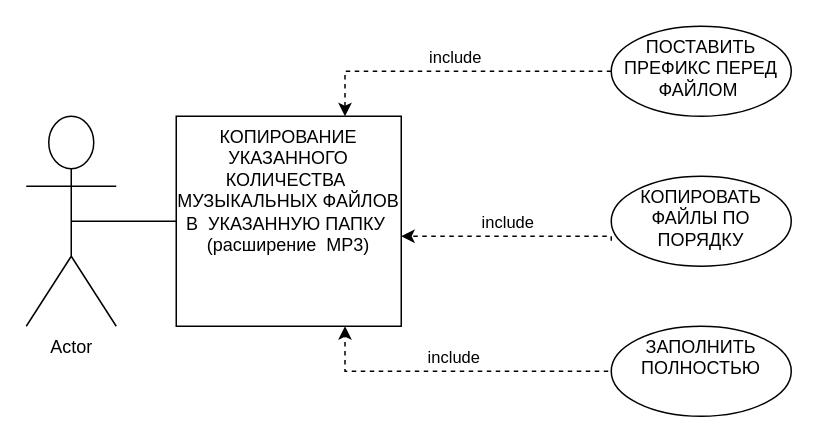
Before: Untitled Diagram.drawio in dedm1/playl, a draw.io diagram. Source tidied: cells renumbered, new cells numbered last; positions are measured from the earlier drawing's top-left corner, leaving out a move shared by most shapes. Both pictures are drawn from the tidied source at 150%, with x=0, y=0 at pixel (26, 26).
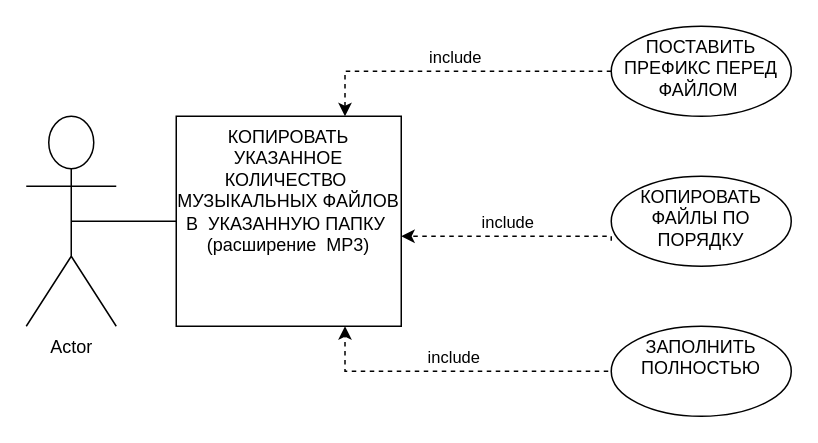
Above is the later version.

Diff of the diagram source:
```diff
@@
 <mxGraphModel>
   <root>
     <mxCell id="0" />
     <mxCell id="1" parent="0" />
     <mxCell id="2" style="rounded=0;jettySize=auto;html=1;endArrow=none;endFill=0;exitX=0.5;exitY=0.5;exitDx=0;exitDy=0;exitPerimeter=0;" parent="1" edge="1" source="6" target="7">
       <mxGeometry relative="1" as="geometry" />
     </mxCell>
     <mxCell id="3" value="include" style="edgeStyle=orthogonalEdgeStyle;rounded=0;jettySize=auto;html=1;dashed=1;exitX=0;exitY=0.717;exitDx=0;exitDy=0;exitPerimeter=0;verticalAlign=bottom;" parent="1" edge="1" source="8">
       <mxGeometry relative="1" as="geometry">
         <mxPoint x="250" y="140" as="targetPoint" />
         <Array as="points">
           <mxPoint x="390" y="140" />
         </Array>
       </mxGeometry>
     </mxCell>
     <mxCell id="4" value="include" style="edgeStyle=orthogonalEdgeStyle;rounded=0;jettySize=auto;html=1;dashed=1;entryX=0.75;entryY=1;entryDx=0;entryDy=0;verticalAlign=bottom;" parent="1" edge="1" target="7">
       <mxGeometry relative="1" as="geometry">
         <mxPoint x="388" y="230" as="sourcePoint" />
         <Array as="points">
           <mxPoint x="213" y="230" />
         </Array>
       </mxGeometry>
     </mxCell>
     <mxCell id="5" value="include" style="edgeStyle=orthogonalEdgeStyle;rounded=0;jettySize=auto;html=1;dashed=1;exitX=0;exitY=0.5;exitDx=0;exitDy=0;entryX=0.75;entryY=0;entryDx=0;entryDy=0;verticalAlign=bottom;" parent="1" edge="1" source="10" target="7">
       <mxGeometry relative="1" as="geometry" />
     </mxCell>
     <mxCell id="6" value="Actor" style="shape=umlActor;verticalLabelPosition=bottom;verticalAlign=top;html=1;" parent="1" vertex="1">
       <mxGeometry y="60" width="60" height="140" as="geometry" />
     </mxCell>
-    <mxCell id="7" value="КОПИРОВАНИЕ УКАЗАННОГО КОЛИЧЕСТВА&amp;nbsp; МУЗЫКАЛЬНЫХ ФАЙЛОВ В&amp;nbsp; УКАЗАННУЮ ПАПКУ&amp;nbsp; (расширение&amp;nbsp; MP3)" style="whiteSpace=wrap;html=1;verticalAlign=top;" parent="1" vertex="1">
+    <mxCell id="7" value="КОПИРОВАТЬ УКАЗАННОЕ КОЛИЧЕСТВО&amp;nbsp; МУЗЫКАЛЬНЫХ ФАЙЛОВ В&amp;nbsp; УКАЗАННУЮ ПАПКУ&amp;nbsp; (расширение&amp;nbsp; MP3)" style="whiteSpace=wrap;html=1;verticalAlign=top;" parent="1" vertex="1">
       <mxGeometry x="100" y="60" width="150" height="140" as="geometry" />
     </mxCell>
     <mxCell id="8" value="КОПИРОВАТЬ ФАЙЛЫ ПО ПОРЯДКУ" style="ellipse;whiteSpace=wrap;html=1;verticalAlign=top;" parent="1" vertex="1">
       <mxGeometry x="390" y="100" width="120" height="60" as="geometry" />
     </mxCell>
     <mxCell id="9" value="ЗАПОЛНИТЬ ПОЛНОСТЬЮ" style="ellipse;whiteSpace=wrap;html=1;verticalAlign=top;" parent="1" vertex="1">
       <mxGeometry x="390" y="200" width="120" height="60" as="geometry" />
     </mxCell>
     <mxCell id="10" value="ПОСТАВИТЬ ПРЕФИКС ПЕРЕД ФАЙЛОМ&amp;nbsp;" style="ellipse;whiteSpace=wrap;html=1;verticalAlign=top;" parent="1" vertex="1">
       <mxGeometry x="390" width="120" height="60" as="geometry" />
     </mxCell>
   </root>
 </mxGraphModel>
```
